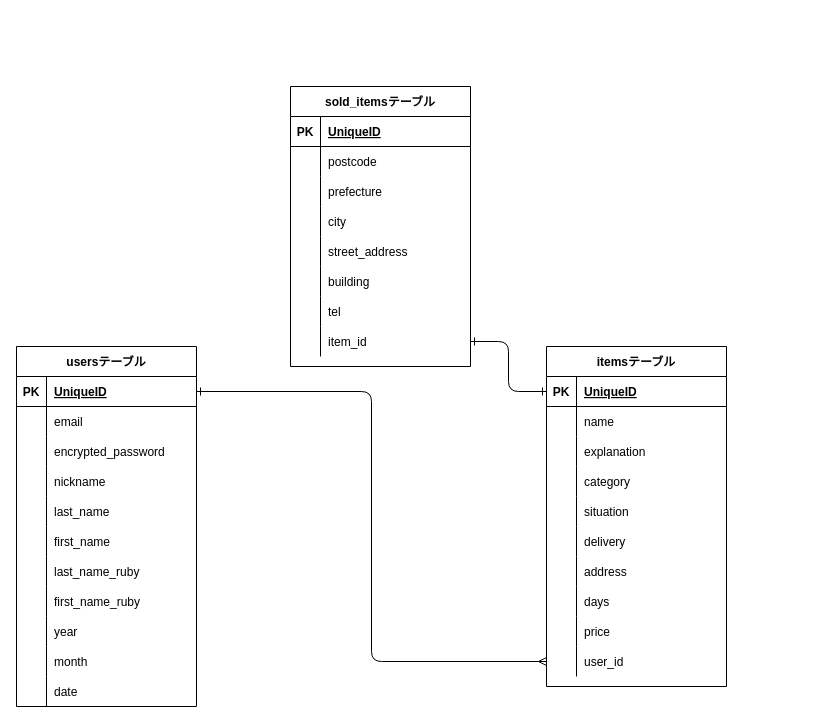
The draw.io diagram database.dio in MashiKimura/furima-37237, before the edit. Source tidied: cells renumbered, new cells numbered last; positions are measured from the earlier drawing's top-left corner, leaving out a move shared by most shapes. Both pictures are drawn from the tidied source at 100%, with x=0, y=0 at pixel (16, 86).
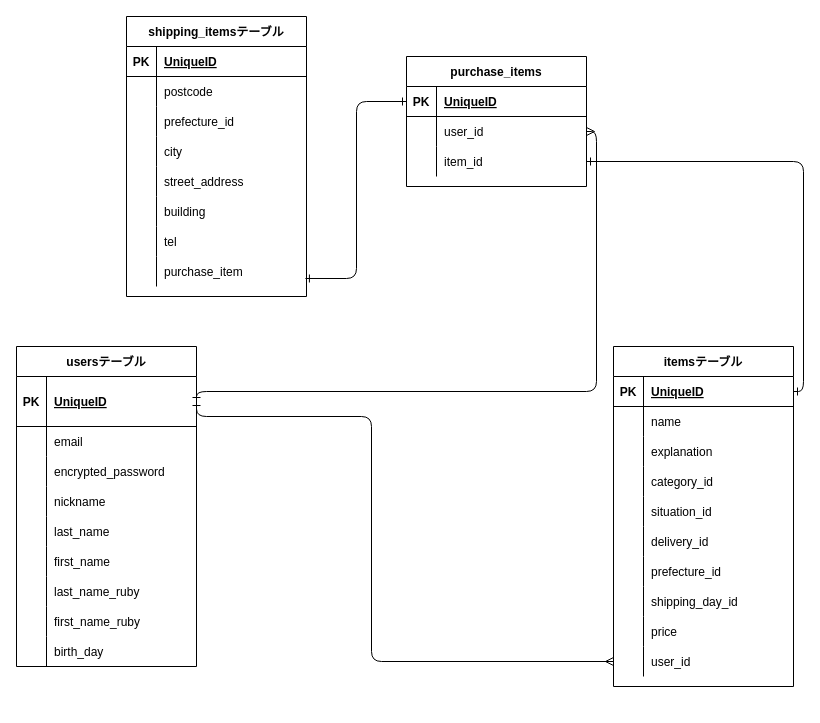
After the change.

Commit message (it also covers changes not shown here):
データベース設計　修正１

Unchanged cells that the change refers to:
```xml
<mxCell id="37" style="shape=partialRectangle;fillColor=none;top=0;left=0;bottom=1;right=0;points=[[0,0.5],[1,0.5]];portConstraint=eastwest;" parent="36" vertex="1">
  <mxGeometry y="30" width="180" height="30" as="geometry" />
</mxCell>
<mxCell id="46" style="shape=partialRectangle;fillColor=none;top=0;left=0;bottom=0;right=0;" parent="36" vertex="1">
  <mxGeometry y="120" width="180" height="30" as="geometry" />
</mxCell>
<mxCell id="49" style="shape=partialRectangle;fillColor=none;top=0;left=0;bottom=0;right=0;" parent="36" vertex="1">
  <mxGeometry y="150" width="180" height="30" as="geometry" />
</mxCell>
<mxCell id="52" style="shape=partialRectangle;fillColor=none;top=0;left=0;bottom=0;right=0;" parent="36" vertex="1">
  <mxGeometry y="180" width="180" height="30" as="geometry" />
</mxCell>
<mxCell id="55" style="shape=partialRectangle;fillColor=none;top=0;left=0;bottom=0;right=0;" parent="36" vertex="1">
  <mxGeometry y="210" width="180" height="30" as="geometry" />
</mxCell>
<mxCell id="58" style="shape=partialRectangle;fillColor=none;top=0;left=0;bottom=0;right=0;" parent="36" vertex="1">
  <mxGeometry y="240" width="180" height="30" as="geometry" />
</mxCell>
<mxCell id="64" style="shape=partialRectangle;fillColor=none;top=0;left=0;bottom=0;right=0;points=[[0,0.5],[1,0.5]];portConstraint=eastwest;" parent="36" vertex="1">
  <mxGeometry y="300" width="180" height="30" as="geometry" />
</mxCell>
<mxCell id="74" style="shape=partialRectangle;fillColor=none;top=0;left=0;bottom=0;right=0;" parent="67" vertex="1">
  <mxGeometry y="90" width="180" height="30" as="geometry" />
</mxCell>
<mxCell id="89" style="shape=partialRectangle;fillColor=none;top=0;left=0;bottom=0;right=0;points=[[0,0.5],[1,0.5]];portConstraint=eastwest;" parent="67" vertex="1">
  <mxGeometry y="240" width="180" height="30" as="geometry" />
</mxCell>
```

Diff of the diagram source:
```diff
@@
     <mxCell id="2" value="usersテーブル" style="shape=table;startSize=30;childLayout=tableLayout;rowLines=0;fontStyle=1;align=center;" parent="1" vertex="1">
-      <mxGeometry y="260" width="180" height="360" as="geometry" />
+      <mxGeometry y="260" width="180" height="320" as="geometry" />
     </mxCell>
     <mxCell id="3" style="shape=partialRectangle;fillColor=none;top=0;left=0;bottom=1;right=0;points=[[0,0.5],[1,0.5]];portConstraint=eastwest;" parent="2" vertex="1">
-      <mxGeometry y="30" width="180" height="30" as="geometry" />
+      <mxGeometry y="30" width="180" height="50" as="geometry" />
     </mxCell>
     <mxCell id="4" value="PK" style="shape=partialRectangle;fillColor=none;top=0;left=0;bottom=0;right=0;fontStyle=1;overflow=hidden;" parent="3" vertex="1">
-      <mxGeometry width="30" height="30" as="geometry" />
+      <mxGeometry width="30" height="50" as="geometry" />
     </mxCell>
     <mxCell id="5" value="UniqueID" style="shape=partialRectangle;fillColor=none;top=0;left=0;bottom=0;right=0;align=left;spacingLeft=6;fontStyle=5;overflow=hidden;" parent="3" vertex="1">
-      <mxGeometry x="30" width="150" height="30" as="geometry" />
+      <mxGeometry x="30" width="150" height="50" as="geometry" />
     </mxCell>
     <mxCell id="6" style="shape=partialRectangle;fillColor=none;top=0;left=0;bottom=0;right=0;" parent="2" vertex="1">
-      <mxGeometry y="60" width="180" height="30" as="geometry" />
+      <mxGeometry y="80" width="180" height="30" as="geometry" />
     </mxCell>
@@
     <mxCell id="9" style="shape=partialRectangle;fillColor=none;top=0;left=0;bottom=0;right=0;" parent="2" vertex="1">
-      <mxGeometry y="90" width="180" height="30" as="geometry" />
+      <mxGeometry y="110" width="180" height="30" as="geometry" />
     </mxCell>
@@
     <mxCell id="12" style="shape=partialRectangle;fillColor=none;top=0;left=0;bottom=0;right=0;" parent="2" vertex="1">
-      <mxGeometry y="120" width="180" height="30" as="geometry" />
+      <mxGeometry y="140" width="180" height="30" as="geometry" />
     </mxCell>
@@
     <mxCell id="15" style="shape=partialRectangle;fillColor=none;top=0;left=0;bottom=0;right=0;" parent="2" vertex="1">
-      <mxGeometry y="150" width="180" height="30" as="geometry" />
+      <mxGeometry y="170" width="180" height="30" as="geometry" />
     </mxCell>
@@
     <mxCell id="18" style="shape=partialRectangle;fillColor=none;top=0;left=0;bottom=0;right=0;" parent="2" vertex="1">
-      <mxGeometry y="180" width="180" height="30" as="geometry" />
+      <mxGeometry y="200" width="180" height="30" as="geometry" />
     </mxCell>
@@
     <mxCell id="21" style="shape=partialRectangle;fillColor=none;top=0;left=0;bottom=0;right=0;" parent="2" vertex="1">
-      <mxGeometry y="210" width="180" height="30" as="geometry" />
+      <mxGeometry y="230" width="180" height="30" as="geometry" />
     </mxCell>
@@
     <mxCell id="24" style="shape=partialRectangle;fillColor=none;top=0;left=0;bottom=0;right=0;" parent="2" vertex="1">
-      <mxGeometry y="240" width="180" height="30" as="geometry" />
+      <mxGeometry y="260" width="180" height="30" as="geometry" />
     </mxCell>
@@
     <mxCell id="27" style="shape=partialRectangle;fillColor=none;top=0;left=0;bottom=0;right=0;" parent="2" vertex="1">
-      <mxGeometry y="270" width="180" height="30" as="geometry" />
+      <mxGeometry y="290" width="180" height="30" as="geometry" />
     </mxCell>
@@
-    <mxCell id="29" value="year" style="shape=partialRectangle;fillColor=none;top=0;left=0;bottom=0;right=0;align=left;spacingLeft=6;overflow=hidden;" parent="27" vertex="1">
+    <mxCell id="29" value="birth_day" style="shape=partialRectangle;fillColor=none;top=0;left=0;bottom=0;right=0;align=left;spacingLeft=6;overflow=hidden;" parent="27" vertex="1">
       <mxGeometry x="30" width="150" height="30" as="geometry" />
     </mxCell>
-    <mxCell id="30" style="shape=partialRectangle;fillColor=none;top=0;left=0;bottom=0;right=0;" parent="2" vertex="1">
-      <mxGeometry y="300" width="180" height="30" as="geometry" />
-    </mxCell>
-    <mxCell id="31" style="shape=partialRectangle;fillColor=none;top=0;left=0;bottom=0;right=0;overflow=hidden;" parent="30" vertex="1">
-      <mxGeometry width="30" height="30" as="geometry" />
-    </mxCell>
-    <mxCell id="32" value="month" style="shape=partialRectangle;fillColor=none;top=0;left=0;bottom=0;right=0;align=left;spacingLeft=6;overflow=hidden;" parent="30" vertex="1">
-      <mxGeometry x="30" width="150" height="30" as="geometry" />
-    </mxCell>
-    <mxCell id="33" style="shape=partialRectangle;fillColor=none;top=0;left=0;bottom=0;right=0;" parent="2" vertex="1">
-      <mxGeometry y="330" width="180" height="30" as="geometry" />
-    </mxCell>
-    <mxCell id="34" style="shape=partialRectangle;fillColor=none;top=0;left=0;bottom=0;right=0;overflow=hidden;" parent="33" vertex="1">
-      <mxGeometry width="30" height="30" as="geometry" />
-    </mxCell>
-    <mxCell id="35" value="date" style="shape=partialRectangle;fillColor=none;top=0;left=0;bottom=0;right=0;align=left;spacingLeft=6;overflow=hidden;" parent="33" vertex="1">
-      <mxGeometry x="30" width="150" height="30" as="geometry" />
-    </mxCell>
     <mxCell id="36" value="itemsテーブル" style="shape=table;startSize=30;childLayout=tableLayout;rowLines=0;fontStyle=1;align=center;" parent="1" vertex="1">
-      <mxGeometry x="530" y="260" width="180" height="340" as="geometry" />
+      <mxGeometry x="597" y="260" width="180" height="340" as="geometry" />
     </mxCell>
@@
-    <mxCell id="48" value="category" style="shape=partialRectangle;fillColor=none;top=0;left=0;bottom=0;right=0;align=left;spacingLeft=6;overflow=hidden;" parent="46" vertex="1">
+    <mxCell id="48" value="category_id" style="shape=partialRectangle;fillColor=none;top=0;left=0;bottom=0;right=0;align=left;spacingLeft=6;overflow=hidden;" parent="46" vertex="1">
       <mxGeometry x="30" width="150" height="30" as="geometry" />
     </mxCell>
@@
-    <mxCell id="51" value="situation" style="shape=partialRectangle;fillColor=none;top=0;left=0;bottom=0;right=0;align=left;spacingLeft=6;overflow=hidden;" parent="49" vertex="1">
+    <mxCell id="51" value="situation_id" style="shape=partialRectangle;fillColor=none;top=0;left=0;bottom=0;right=0;align=left;spacingLeft=6;overflow=hidden;" parent="49" vertex="1">
       <mxGeometry x="30" width="150" height="30" as="geometry" />
     </mxCell>
@@
-    <mxCell id="54" value="delivery" style="shape=partialRectangle;fillColor=none;top=0;left=0;bottom=0;right=0;align=left;spacingLeft=6;overflow=hidden;" parent="52" vertex="1">
+    <mxCell id="54" value="delivery_id" style="shape=partialRectangle;fillColor=none;top=0;left=0;bottom=0;right=0;align=left;spacingLeft=6;overflow=hidden;" parent="52" vertex="1">
       <mxGeometry x="30" width="150" height="30" as="geometry" />
     </mxCell>
@@
-    <mxCell id="57" value="address" style="shape=partialRectangle;fillColor=none;top=0;left=0;bottom=0;right=0;align=left;spacingLeft=6;overflow=hidden;" parent="55" vertex="1">
+    <mxCell id="57" value="prefecture_id" style="shape=partialRectangle;fillColor=none;top=0;left=0;bottom=0;right=0;align=left;spacingLeft=6;overflow=hidden;" parent="55" vertex="1">
       <mxGeometry x="30" width="150" height="30" as="geometry" />
     </mxCell>
@@
-    <mxCell id="60" value="days" style="shape=partialRectangle;fillColor=none;top=0;left=0;bottom=0;right=0;align=left;spacingLeft=6;overflow=hidden;" parent="58" vertex="1">
+    <mxCell id="60" value="shipping_day_id" style="shape=partialRectangle;fillColor=none;top=0;left=0;bottom=0;right=0;align=left;spacingLeft=6;overflow=hidden;" parent="58" vertex="1">
       <mxGeometry x="30" width="150" height="30" as="geometry" />
     </mxCell>
@@
-    <mxCell id="67" value="sold_itemsテーブル" style="shape=table;startSize=30;childLayout=tableLayout;rowLines=0;fontStyle=1;align=center;" parent="1" vertex="1">
-      <mxGeometry x="274" width="180" height="280" as="geometry" />
+    <mxCell id="67" value="shipping_itemsテーブル" style="shape=table;startSize=30;childLayout=tableLayout;rowLines=0;fontStyle=1;align=center;" parent="1" vertex="1">
+      <mxGeometry x="110" y="-70" width="180" height="280" as="geometry" />
     </mxCell>
@@
-    <mxCell id="76" value="prefecture" style="shape=partialRectangle;fillColor=none;top=0;left=0;bottom=0;right=0;align=left;spacingLeft=6;overflow=hidden;" parent="74" vertex="1">
+    <mxCell id="76" value="prefecture_id" style="shape=partialRectangle;fillColor=none;top=0;left=0;bottom=0;right=0;align=left;spacingLeft=6;overflow=hidden;" parent="74" vertex="1">
       <mxGeometry x="30" width="150" height="30" as="geometry" />
     </mxCell>
@@
-    <mxCell id="90" style="shape=partialRectangle;fillColor=none;top=0;left=0;bottom=0;right=0;overflow=hidden;" parent="89" vertex="1">
-      <mxGeometry width="30" height="30" as="geometry" />
-    </mxCell>
-    <mxCell id="91" value="item_id" style="shape=partialRectangle;fillColor=none;top=0;left=0;bottom=0;right=0;align=left;spacingLeft=6;overflow=hidden;" parent="89" vertex="1">
-      <mxGeometry x="30" width="150" height="30" as="geometry" />
-    </mxCell>
+    <mxCell id="94" style="shape=partialRectangle;fillColor=none;top=0;left=0;bottom=0;right=0;overflow=hidden;" parent="89" vertex="1">
+      <mxGeometry width="30" height="30" as="geometry" />
+    </mxCell>
+    <mxCell id="95" value="purchase_item" style="shape=partialRectangle;fillColor=none;top=0;left=0;bottom=0;right=0;align=left;spacingLeft=6;overflow=hidden;" parent="89" vertex="1">
+      <mxGeometry x="30" width="150" height="30" as="geometry" />
+    </mxCell>
     <mxCell id="92" style="edgeStyle=orthogonalEdgeStyle;html=1;exitX=1;exitY=0.5;exitDx=0;exitDy=0;endArrow=ERmany;endFill=0;startArrow=ERone;startFill=0;entryX=0;entryY=0.5;entryDx=0;entryDy=0;" parent="1" edge="1" source="3" target="64">
-      <mxGeometry relative="1" as="geometry" />
+      <mxGeometry relative="1" as="geometry">
+        <Array as="points">
+          <mxPoint x="180" y="330" />
+          <mxPoint x="355" y="330" />
+          <mxPoint x="355" y="575" />
+        </Array>
+      </mxGeometry>
     </mxCell>
-    <mxCell id="93" style="edgeStyle=orthogonalEdgeStyle;html=1;exitX=0;exitY=0.5;exitDx=0;exitDy=0;entryX=1;entryY=0.5;entryDx=0;entryDy=0;startArrow=ERone;startFill=0;endArrow=ERone;endFill=0;" parent="1" edge="1" source="37" target="89">
-      <mxGeometry relative="1" as="geometry" />
+    <mxCell id="93" value="purchase_items" style="shape=table;startSize=30;childLayout=tableLayout;rowLines=0;fontStyle=1;align=center;" parent="1" vertex="1">
+      <mxGeometry x="390" y="-30" width="180" height="130" as="geometry" />
     </mxCell>
+    <mxCell id="96" style="shape=partialRectangle;fillColor=none;top=0;left=0;bottom=1;right=0;points=[[0,0.5],[1,0.5]];portConstraint=eastwest;" parent="93" vertex="1">
+      <mxGeometry y="30" width="180" height="30" as="geometry" />
+    </mxCell>
+    <mxCell id="97" value="PK" style="shape=partialRectangle;fillColor=none;top=0;left=0;bottom=0;right=0;fontStyle=1;overflow=hidden;" parent="96" vertex="1">
+      <mxGeometry width="30" height="30" as="geometry" />
+    </mxCell>
+    <mxCell id="98" value="UniqueID" style="shape=partialRectangle;fillColor=none;top=0;left=0;bottom=0;right=0;align=left;spacingLeft=6;fontStyle=5;overflow=hidden;" parent="96" vertex="1">
+      <mxGeometry x="30" width="150" height="30" as="geometry" />
+    </mxCell>
+    <mxCell id="99" style="shape=partialRectangle;fillColor=none;top=0;left=0;bottom=0;right=0;points=[[0,0.5],[1,0.5]];portConstraint=eastwest;" parent="93" vertex="1">
+      <mxGeometry y="60" width="180" height="30" as="geometry" />
+    </mxCell>
+    <mxCell id="100" style="shape=partialRectangle;fillColor=none;top=0;left=0;bottom=0;right=0;overflow=hidden;" parent="99" vertex="1">
+      <mxGeometry width="30" height="30" as="geometry" />
+    </mxCell>
+    <mxCell id="101" value="user_id" style="shape=partialRectangle;fillColor=none;top=0;left=0;bottom=0;right=0;align=left;spacingLeft=6;overflow=hidden;" parent="99" vertex="1">
+      <mxGeometry x="30" width="150" height="30" as="geometry" />
+    </mxCell>
+    <mxCell id="102" style="shape=partialRectangle;fillColor=none;top=0;left=0;bottom=0;right=0;points=[[0,0.5],[1,0.5]];portConstraint=eastwest;" parent="93" vertex="1">
+      <mxGeometry y="90" width="180" height="30" as="geometry" />
+    </mxCell>
+    <mxCell id="103" style="shape=partialRectangle;fillColor=none;top=0;left=0;bottom=0;right=0;overflow=hidden;" parent="102" vertex="1">
+      <mxGeometry width="30" height="30" as="geometry" />
+    </mxCell>
+    <mxCell id="91" value="item_id" style="shape=partialRectangle;fillColor=none;top=0;left=0;bottom=0;right=0;align=left;spacingLeft=6;overflow=hidden;" parent="102" vertex="1">
+      <mxGeometry x="30" width="150" height="30" as="geometry" />
+    </mxCell>
+    <mxCell id="104" style="edgeStyle=orthogonalEdgeStyle;html=1;exitX=1;exitY=0.5;exitDx=0;exitDy=0;entryX=1;entryY=0.5;entryDx=0;entryDy=0;endArrow=ERone;endFill=0;startArrow=ERone;startFill=0;" parent="1" edge="1" source="102" target="37">
+      <mxGeometry relative="1" as="geometry" />
+    </mxCell>
+    <mxCell id="105" style="edgeStyle=orthogonalEdgeStyle;html=1;exitX=0;exitY=0.5;exitDx=0;exitDy=0;entryX=0.994;entryY=0.733;entryDx=0;entryDy=0;startArrow=ERone;startFill=0;endArrow=ERone;endFill=0;entryPerimeter=0;" parent="1" edge="1" source="96" target="89">
+      <mxGeometry relative="1" as="geometry" />
+    </mxCell>
+    <mxCell id="106" style="edgeStyle=orthogonalEdgeStyle;html=1;exitX=1;exitY=0.5;exitDx=0;exitDy=0;entryX=1;entryY=0.5;entryDx=0;entryDy=0;startArrow=ERmany;startFill=0;endArrow=ERone;endFill=0;" parent="1" edge="1" source="99" target="3">
+      <mxGeometry relative="1" as="geometry">
+        <Array as="points">
+          <mxPoint x="580" y="45" />
+          <mxPoint x="580" y="305" />
+          <mxPoint x="180" y="305" />
+        </Array>
+      </mxGeometry>
+    </mxCell>
```
